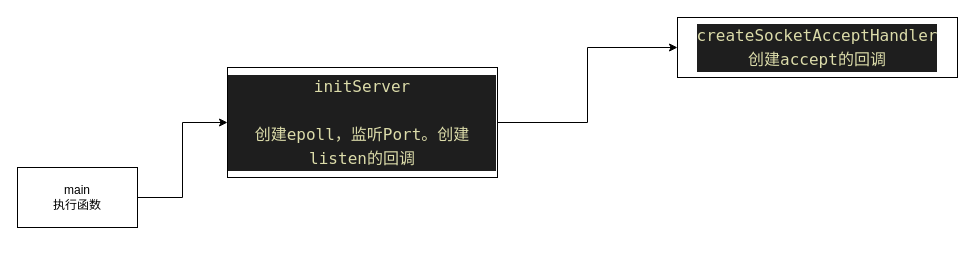
The draw.io diagram redis.drawio in beijingqiuchang/drawio, before the edit. Source tidied: cells renumbered, new cells numbered last; positions are measured from the earlier drawing's top-left corner, leaving out a move shared by most shapes. Both pictures are drawn from the tidied source at 100%, with x=0, y=0 at pixel (17, 17).
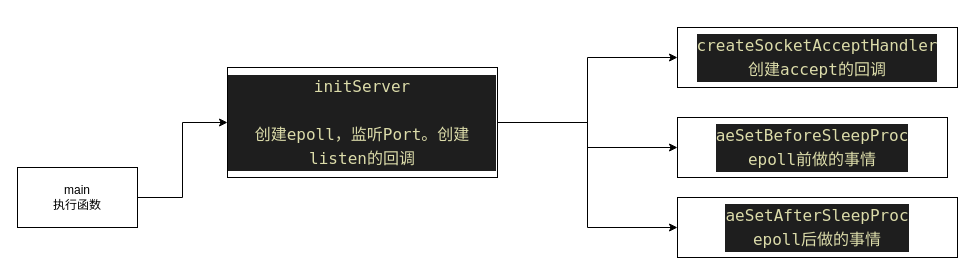
After the change.

Diff of the diagram source:
```diff
@@
 <mxGraphModel>
   <root>
     <mxCell id="0" />
     <mxCell id="1" parent="0" />
     <mxCell id="2" style="edgeStyle=orthogonalEdgeStyle;rounded=0;jettySize=auto;html=1;exitX=1;exitY=0.5;exitDx=0;exitDy=0;entryX=0;entryY=0.5;entryDx=0;entryDy=0;" parent="1" edge="1" source="3" target="5">
       <mxGeometry relative="1" as="geometry" />
     </mxCell>
     <mxCell id="3" value="main&lt;br&gt;执行函数" style="rounded=0;whiteSpace=wrap;html=1;" parent="1" vertex="1">
       <mxGeometry y="150" width="120" height="60" as="geometry" />
     </mxCell>
     <mxCell id="4" style="edgeStyle=orthogonalEdgeStyle;rounded=0;jettySize=auto;html=1;exitX=1;exitY=0.5;exitDx=0;exitDy=0;" parent="1" edge="1" source="5" target="6">
       <mxGeometry relative="1" as="geometry" />
     </mxCell>
+    <mxCell id="7" style="edgeStyle=orthogonalEdgeStyle;rounded=0;jettySize=auto;html=1;exitX=1;exitY=0.5;exitDx=0;exitDy=0;entryX=0;entryY=0.5;entryDx=0;entryDy=0;" parent="1" edge="1" source="5" target="9">
+      <mxGeometry relative="1" as="geometry" />
+    </mxCell>
+    <mxCell id="8" style="edgeStyle=orthogonalEdgeStyle;rounded=0;jettySize=auto;html=1;exitX=1;exitY=0.5;exitDx=0;exitDy=0;entryX=0;entryY=0.5;entryDx=0;entryDy=0;" parent="1" edge="1" source="5" target="10">
+      <mxGeometry relative="1" as="geometry" />
+    </mxCell>
     <mxCell id="5" value="&lt;div style=&quot;color: rgb(212 , 212 , 212) ; background-color: rgb(30 , 30 , 30) ; font-family: &amp;#34;menlo&amp;#34; , &amp;#34;monaco&amp;#34; , &amp;#34;courier new&amp;#34; , monospace ; font-size: 16px ; line-height: 24px&quot;&gt;&lt;span style=&quot;color: #dcdcaa&quot;&gt;initServer&lt;/span&gt;&lt;/div&gt;&lt;div style=&quot;color: rgb(212 , 212 , 212) ; background-color: rgb(30 , 30 , 30) ; font-family: &amp;#34;menlo&amp;#34; , &amp;#34;monaco&amp;#34; , &amp;#34;courier new&amp;#34; , monospace ; font-size: 16px ; line-height: 24px&quot;&gt;&lt;span style=&quot;color: #dcdcaa&quot;&gt;&lt;br&gt;&lt;/span&gt;&lt;/div&gt;&lt;div style=&quot;color: rgb(212 , 212 , 212) ; background-color: rgb(30 , 30 , 30) ; font-family: &amp;#34;menlo&amp;#34; , &amp;#34;monaco&amp;#34; , &amp;#34;courier new&amp;#34; , monospace ; font-size: 16px ; line-height: 24px&quot;&gt;&lt;span style=&quot;color: #dcdcaa&quot;&gt;创建epoll，监听Port。创建listen的回调&lt;/span&gt;&lt;/div&gt;" style="rounded=0;whiteSpace=wrap;html=1;" parent="1" vertex="1">
       <mxGeometry x="210" y="50" width="270" height="110" as="geometry" />
     </mxCell>
     <mxCell id="6" value="&lt;div style=&quot;color: rgb(212 , 212 , 212) ; background-color: rgb(30 , 30 , 30) ; font-family: &amp;#34;menlo&amp;#34; , &amp;#34;monaco&amp;#34; , &amp;#34;courier new&amp;#34; , monospace ; font-size: 16px ; line-height: 24px&quot;&gt;&lt;span style=&quot;color: #dcdcaa&quot;&gt;createSocketAcceptHandler&lt;/span&gt;&lt;/div&gt;&lt;div style=&quot;color: rgb(212 , 212 , 212) ; background-color: rgb(30 , 30 , 30) ; font-family: &amp;#34;menlo&amp;#34; , &amp;#34;monaco&amp;#34; , &amp;#34;courier new&amp;#34; , monospace ; font-size: 16px ; line-height: 24px&quot;&gt;&lt;span style=&quot;color: #dcdcaa&quot;&gt;创建accept的回调&lt;/span&gt;&lt;/div&gt;" style="rounded=0;whiteSpace=wrap;html=1;" parent="1" vertex="1">
-      <mxGeometry x="660" width="280" height="60" as="geometry" />
+      <mxGeometry x="660" y="10" width="280" height="60" as="geometry" />
     </mxCell>
+    <mxCell id="9" value="&lt;div style=&quot;color: rgb(212 , 212 , 212) ; background-color: rgb(30 , 30 , 30) ; font-family: &amp;#34;menlo&amp;#34; , &amp;#34;monaco&amp;#34; , &amp;#34;courier new&amp;#34; , monospace ; font-size: 16px ; line-height: 24px&quot;&gt;&lt;span style=&quot;color: #dcdcaa&quot;&gt;aeSetBeforeSleepProc&lt;/span&gt;&lt;/div&gt;&lt;div style=&quot;color: rgb(212 , 212 , 212) ; background-color: rgb(30 , 30 , 30) ; font-family: &amp;#34;menlo&amp;#34; , &amp;#34;monaco&amp;#34; , &amp;#34;courier new&amp;#34; , monospace ; font-size: 16px ; line-height: 24px&quot;&gt;&lt;span style=&quot;color: #dcdcaa&quot;&gt;epoll前做的事情&lt;/span&gt;&lt;/div&gt;" style="rounded=0;whiteSpace=wrap;html=1;" parent="1" vertex="1">
+      <mxGeometry x="660" y="100" width="270" height="60" as="geometry" />
+    </mxCell>
+    <mxCell id="10" value="&lt;div style=&quot;color: rgb(212 , 212 , 212) ; background-color: rgb(30 , 30 , 30) ; font-family: &amp;#34;menlo&amp;#34; , &amp;#34;monaco&amp;#34; , &amp;#34;courier new&amp;#34; , monospace ; font-size: 16px ; line-height: 24px&quot;&gt;&lt;span style=&quot;color: #dcdcaa&quot;&gt;aeSetAfterSleepProc&lt;/span&gt;&lt;/div&gt;&lt;div style=&quot;color: rgb(212 , 212 , 212) ; background-color: rgb(30 , 30 , 30) ; font-family: &amp;#34;menlo&amp;#34; , &amp;#34;monaco&amp;#34; , &amp;#34;courier new&amp;#34; , monospace ; font-size: 16px ; line-height: 24px&quot;&gt;&lt;span style=&quot;color: #dcdcaa&quot;&gt;epoll后做的事情&lt;/span&gt;&lt;/div&gt;" style="rounded=0;whiteSpace=wrap;html=1;" parent="1" vertex="1">
+      <mxGeometry x="660" y="180" width="280" height="60" as="geometry" />
+    </mxCell>
   </root>
 </mxGraphModel>
```
